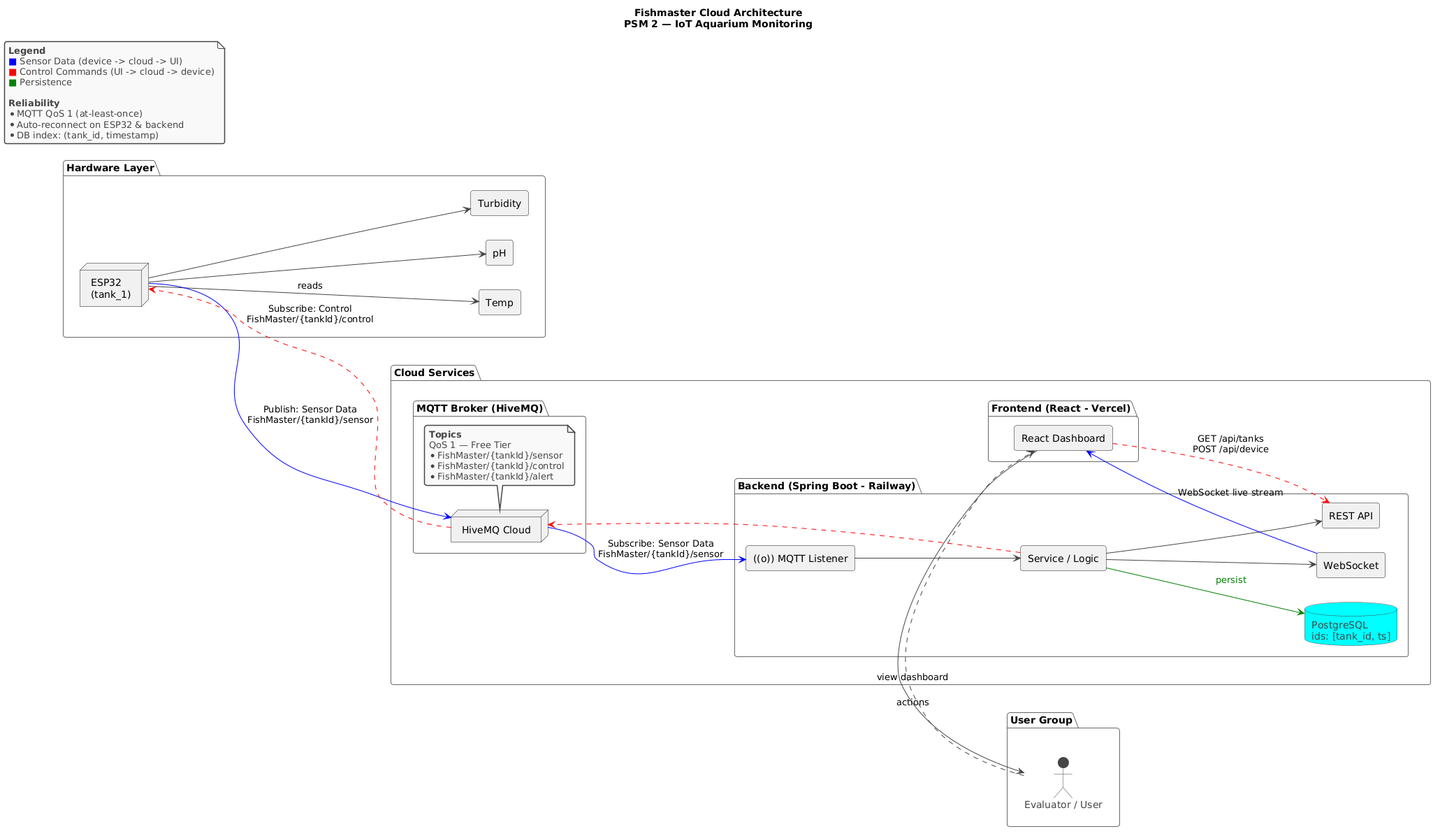
Before: docs/architecture/Fishmaster_architecture_diagram.png, a diagram exported from PlantUML (ALNezar/FishMaster). Its diagram source:
```plantuml
@startuml
!theme vibrant
left to right direction
skinparam componentStyle rectangle
skinparam NoteBackgroundColor #f9f9f9

title Fishmaster Cloud Architecture\nPSM 2 — IoT Aquarium Monitoring

package "Hardware Layer" {
    node "ESP32\n(tank_1)" as esp
    component "Temp" as temp
    component "pH" as ph
    component "Turbidity" as turb

    esp -down-> temp : reads
    esp -down-> ph
    esp -down-> turb
}

package "Cloud Services" {

    package "MQTT Broker (HiveMQ)" {
        node "HiveMQ Cloud" as hivemq
        note bottom of hivemq
            **Topics**
            QoS 1 — Free Tier
            * FishMaster/{tankId}/sensor
            * FishMaster/{tankId}/control
            * FishMaster/{tankId}/alert
        end note
    }

    package "Backend (Spring Boot - Railway)" {
        component "((o)) MQTT Listener" as listener
        component "Service / Logic" as logic
        component "REST API" as rest
        component "WebSocket" as ws
        database "PostgreSQL\nids: [tank_id, ts]" as db

        listener -down-> logic
        logic -down-> rest
        logic -down-> ws
        logic -[#green]down-> db : <color:green>persist</color>
    }

    package "Frontend (React - Vercel)" {
        component "React Dashboard" as react
    }
}

package "User Group" {
    actor "Evaluator / User" as user
}

"Hardware Layer"  -[hidden]-> "Cloud Services"
"Cloud Services"  -[hidden]-> "User Group"
hivemq -[hidden]-> listener

esp    -[#blue]->  hivemq   : Publish: Sensor Data\nFishMaster/{tankId}/sensor
hivemq -[#blue]->  listener : Subscribe: Sensor Data\nFishMaster/{tankId}/sensor
ws     -[#blue]->  react    : WebSocket live stream

react  .[#red].>  rest   : GET /api/tanks\nPOST /api/device
logic  .[#red].>  hivemq
hivemq .[#red].>  esp    : Subscribe: Control\nFishMaster/{tankId}/control

react -> user : view dashboard
user  .>  react : actions

note as Legend
    **Legend**
    <color:blue>■</color> Sensor Data (device -> cloud -> UI)
    <color:red>■</color> Control Commands (UI -> cloud -> device)
    <color:green>■</color> Persistence

    **Reliability**
    * MQTT QoS 1 (at-least-once)
    * Auto-reconnect on ESP32 & backend
    * DB index: (tank_id, timestamp)
end note
@enduml
```
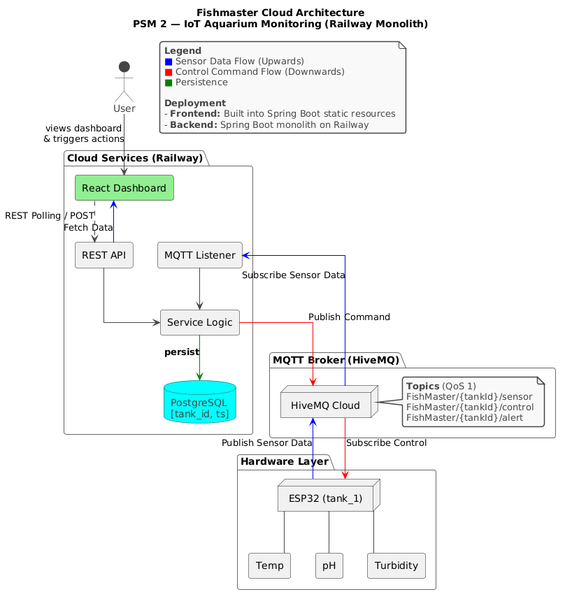
Later version of the same file.

Commit message:
Replace architecture diagram with V2

Remove the old docs/architecture/Fishmaster_architecture_diagram.png and add the updated docs/architecture/Fishmaster_architecture_diagram_V2.png. This swaps the outdated architecture diagram for the new V2 image.

The edit, as a diff of the source:
```diff
@@ -1,81 +1,64 @@
 @startuml
 !theme vibrant
-left to right direction
 skinparam componentStyle rectangle
 skinparam NoteBackgroundColor #f9f9f9
+skinparam linetype ortho
 
-title Fishmaster Cloud Architecture\nPSM 2 — IoT Aquarium Monitoring
+title Fishmaster Cloud Architecture\nPSM 2 — IoT Aquarium Monitoring (Railway Monolith)
+
+actor "User" as user
+
+package "Cloud Services (Railway)" {
+    component "React Dashboard" as react #LightGreen
+    component "REST API" as rest
+    component "Service Logic" as logic
+    component "MQTT Listener" as listener
+    database "PostgreSQL\n[tank_id, ts]" as db
+
+    react ..> rest : REST Polling / POST
+    rest --> logic
+    logic -[#green]-> db : **persist**
+    listener --> logic
+}
+
+package "MQTT Broker (HiveMQ)" {
+    node "HiveMQ Cloud" as hivemq
+    note right of hivemq
+        **Topics** (QoS 1)
+        FishMaster/{tankId}/sensor
+        FishMaster/{tankId}/control
+        FishMaster/{tankId}/alert
+    end note
+}
 
 package "Hardware Layer" {
-    node "ESP32\n(tank_1)" as esp
+    node "ESP32 (tank_1)" as esp
     component "Temp" as temp
     component "pH" as ph
     component "Turbidity" as turb
 
-    esp -down-> temp : reads
-    esp -down-> ph
-    esp -down-> turb
+    esp -- temp
+    esp -- ph
+    esp -- turb
 }
 
-package "Cloud Services" {
+user --> react : views dashboard\n& triggers actions
 
-    package "MQTT Broker (HiveMQ)" {
-        node "HiveMQ Cloud" as hivemq
-        note bottom of hivemq
-            **Topics**
-            QoS 1 — Free Tier
-            * FishMaster/{tankId}/sensor
-            * FishMaster/{tankId}/control
-            * FishMaster/{tankId}/alert
-        end note
-    }
+esp -[#blue]up-> hivemq : Publish Sensor Data
+hivemq -[#blue]up-> listener : Subscribe Sensor Data
+rest -[#blue]up-> react : Fetch Data
 
-    package "Backend (Spring Boot - Railway)" {
-        component "((o)) MQTT Listener" as listener
-        component "Service / Logic" as logic
-        component "REST API" as rest
-        component "WebSocket" as ws
-        database "PostgreSQL\nids: [tank_id, ts]" as db
-
-        listener -down-> logic
-        logic -down-> rest
-        logic -down-> ws
-        logic -[#green]down-> db : <color:green>persist</color>
-    }
-
-    package "Frontend (React - Vercel)" {
-        component "React Dashboard" as react
-    }
-}
-
-package "User Group" {
-    actor "Evaluator / User" as user
-}
-
-"Hardware Layer"  -[hidden]-> "Cloud Services"
-"Cloud Services"  -[hidden]-> "User Group"
-hivemq -[hidden]-> listener
-
-esp    -[#blue]->  hivemq   : Publish: Sensor Data\nFishMaster/{tankId}/sensor
-hivemq -[#blue]->  listener : Subscribe: Sensor Data\nFishMaster/{tankId}/sensor
-ws     -[#blue]->  react    : WebSocket live stream
-
-react  .[#red].>  rest   : GET /api/tanks\nPOST /api/device
-logic  .[#red].>  hivemq
-hivemq .[#red].>  esp    : Subscribe: Control\nFishMaster/{tankId}/control
-
-react -> user : view dashboard
-user  .>  react : actions
+logic -[#red]down-> hivemq : Publish Command
+hivemq -[#red]down-> esp : Subscribe Control
 
 note as Legend
     **Legend**
-    <color:blue>■</color> Sensor Data (device -> cloud -> UI)
-    <color:red>■</color> Control Commands (UI -> cloud -> device)
+    <color:blue>■</color> Sensor Data Flow (Upwards)
+    <color:red>■</color> Control Command Flow (Downwards)
     <color:green>■</color> Persistence
 
-    **Reliability**
-    * MQTT QoS 1 (at-least-once)
-    * Auto-reconnect on ESP32 & backend
-    * DB index: (tank_id, timestamp)
+    **Deployment**
+    - **Frontend:** Built into Spring Boot static resources
+    - **Backend:** Spring Boot monolith on Railway
 end note
 @enduml
```
